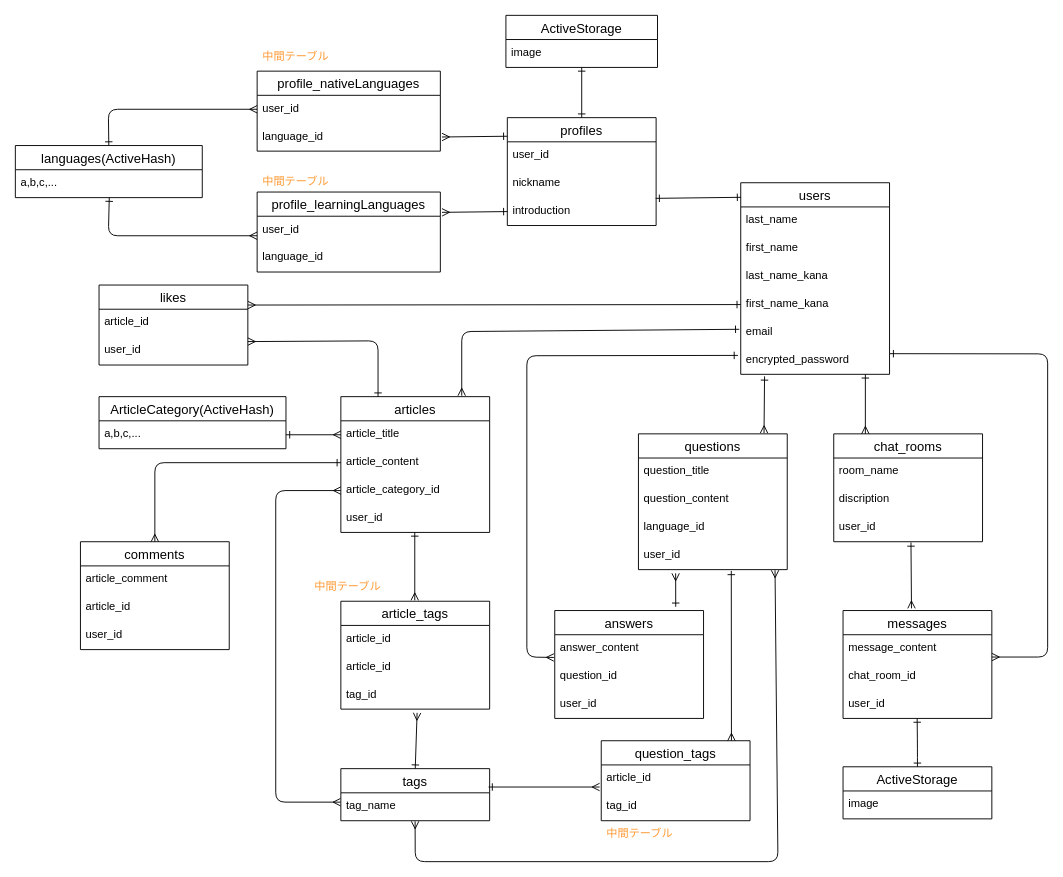
Above: ER.dio in fuuuuumin/LinguaShare (draw.io), before the change. Source tidied: cells renumbered, new cells numbered last; positions are measured from the earlier drawing's top-left corner, leaving out a move shared by most shapes. Both pictures are drawn from the tidied source at 93%, with x=0, y=0 at pixel (15, 15).
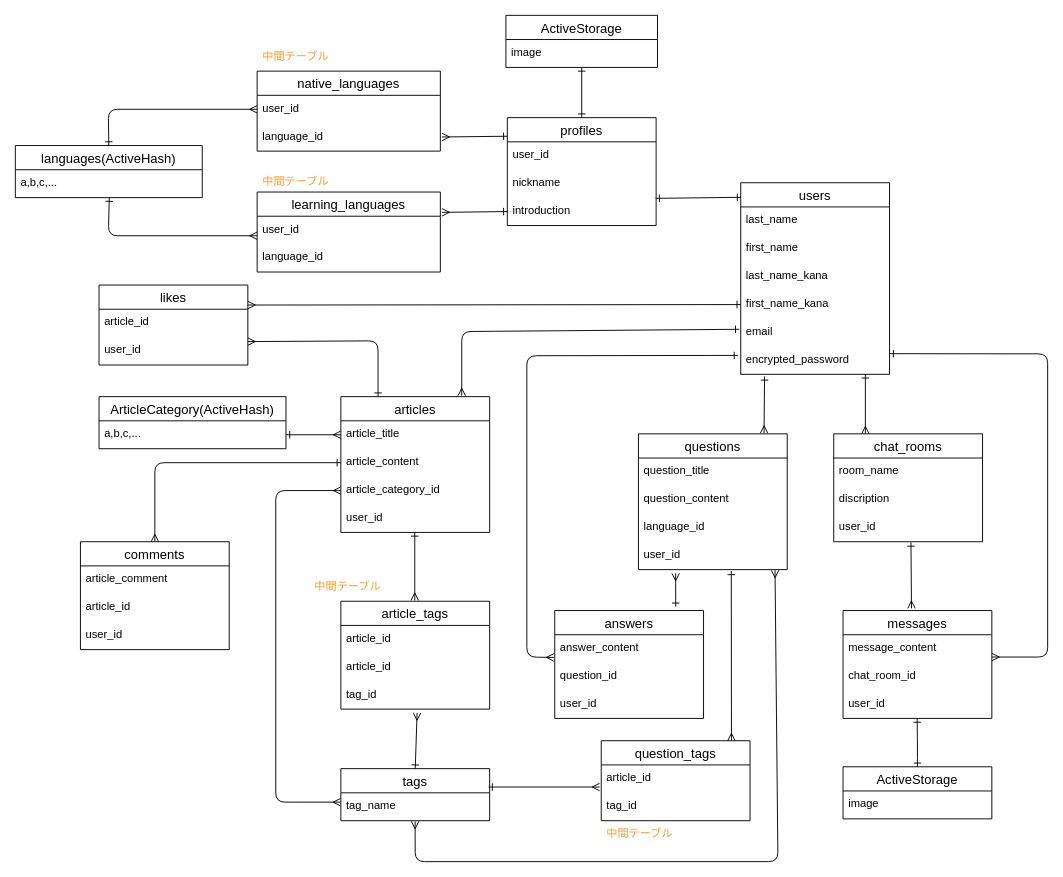
After the change.

What changed in the source:
```diff
@@
-    <mxCell id="50" value="profile_nativeLanguages" style="swimlane;fontStyle=0;horizontal=1;startSize=26;align=center;fontSize=14;" parent="1" vertex="1">
+    <mxCell id="50" value="native_languages" style="swimlane;fontStyle=0;horizontal=1;startSize=26;align=center;fontSize=14;" parent="1" vertex="1">
       <mxGeometry x="260" y="60" width="197" height="86" as="geometry" />
     </mxCell>
@@
-    <mxCell id="53" value="profile_learningLanguages" style="swimlane;fontStyle=0;horizontal=1;startSize=26;align=center;fontSize=14;" parent="1" vertex="1">
+    <mxCell id="53" value="learning_languages" style="swimlane;fontStyle=0;horizontal=1;startSize=26;align=center;fontSize=14;" parent="1" vertex="1">
       <mxGeometry x="260" y="190" width="197" height="86" as="geometry" />
     </mxCell>
```
